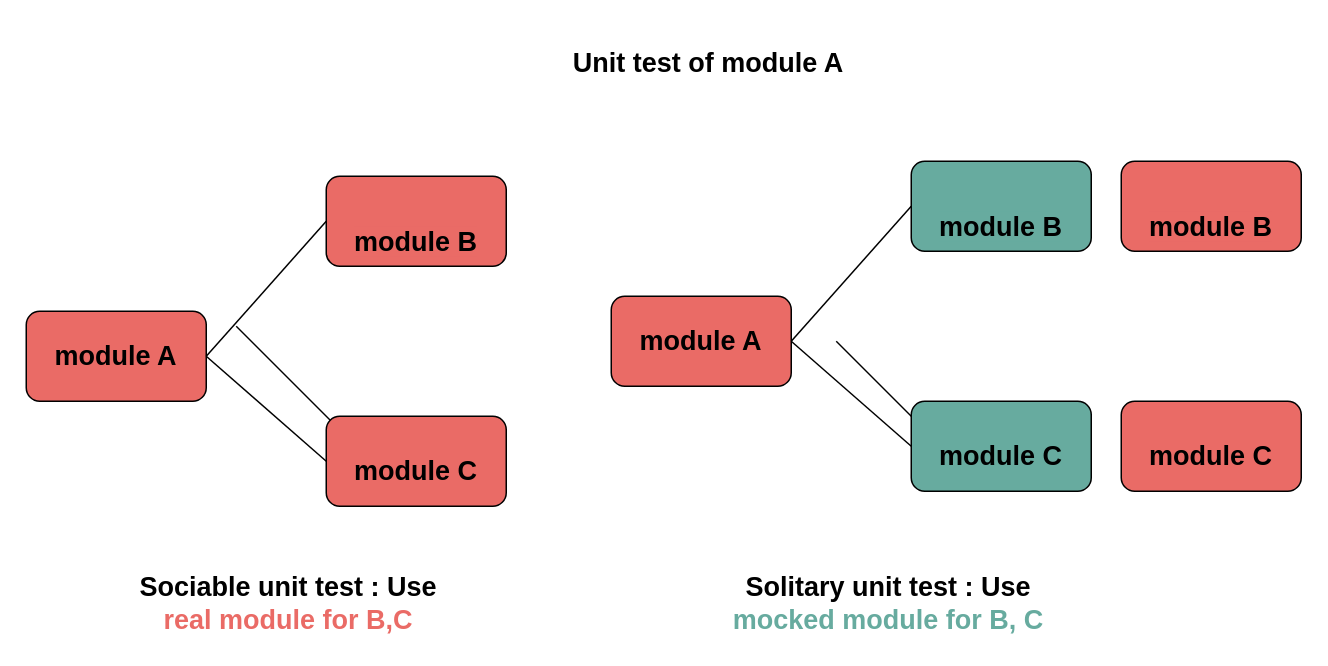
Before: page "sociable vs solitary unit test. A->B,C" (2 of 6) of figs/sociable-vs-solitary-unit-test.drawio in NathanKr/unit-testing-of-a-real-world-ts-system, a draw.io diagram. Source tidied: cells renumbered, new cells numbered last; positions are measured from the earlier drawing's top-left corner, leaving out a move shared by most shapes. Both pictures are drawn from the tidied source at 150%, with x=0, y=0 at pixel (26, 26).
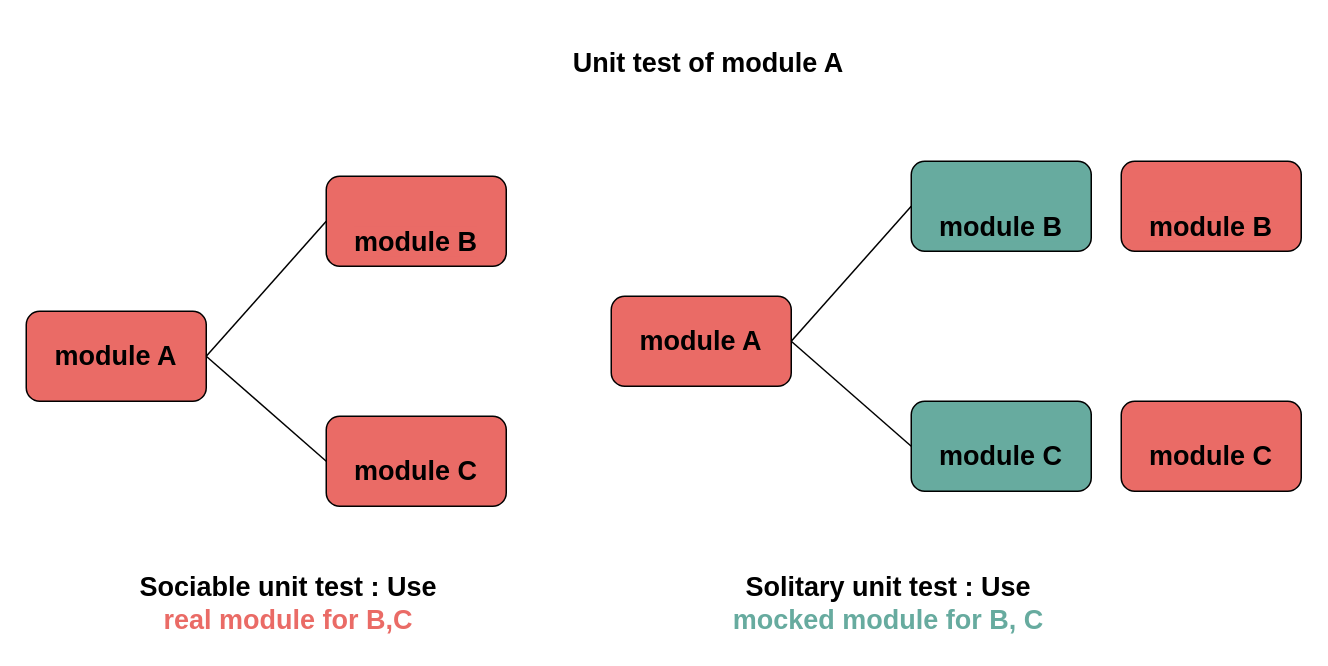
The same page after the edit.

What changed in the source:
```diff
@@
-    <mxCell id="2" style="endArrow=none;html=1;exitX=1;exitY=0.5;exitDx=0;exitDy=0;entryX=0;entryY=0.5;entryDx=0;entryDy=0;" parent="1" edge="1">
-      <mxGeometry relative="1" as="geometry">
-        <mxPoint x="140" y="200" as="sourcePoint" />
-        <mxPoint x="210" y="270" as="targetPoint" />
-      </mxGeometry>
-    </mxCell>
@@
-    <mxCell id="5" style="endArrow=none;html=1;exitX=1;exitY=0.5;exitDx=0;exitDy=0;entryX=0;entryY=0.5;entryDx=0;entryDy=0;" parent="1" edge="1">
-      <mxGeometry relative="1" as="geometry">
-        <mxPoint x="540" y="210" as="sourcePoint" />
-        <mxPoint x="610" y="280" as="targetPoint" />
-      </mxGeometry>
-    </mxCell>
```
